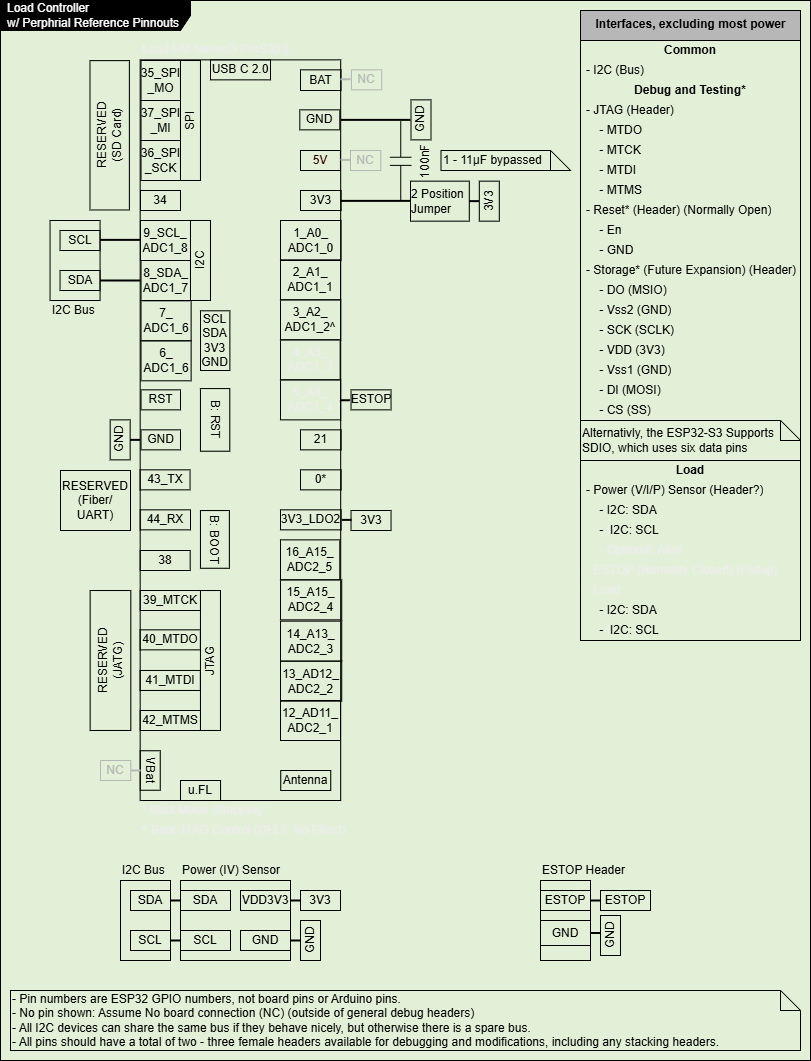
The draw.io diagram Hardware-Pinouts/CtrlPO_Load.png in BobSaidHi/2026-Controls_Core, before a commit. Source tidied: cells renumbered, new cells last; positions are measured from the earlier drawing's top-left corner, leaving out a move shared by most shapes.
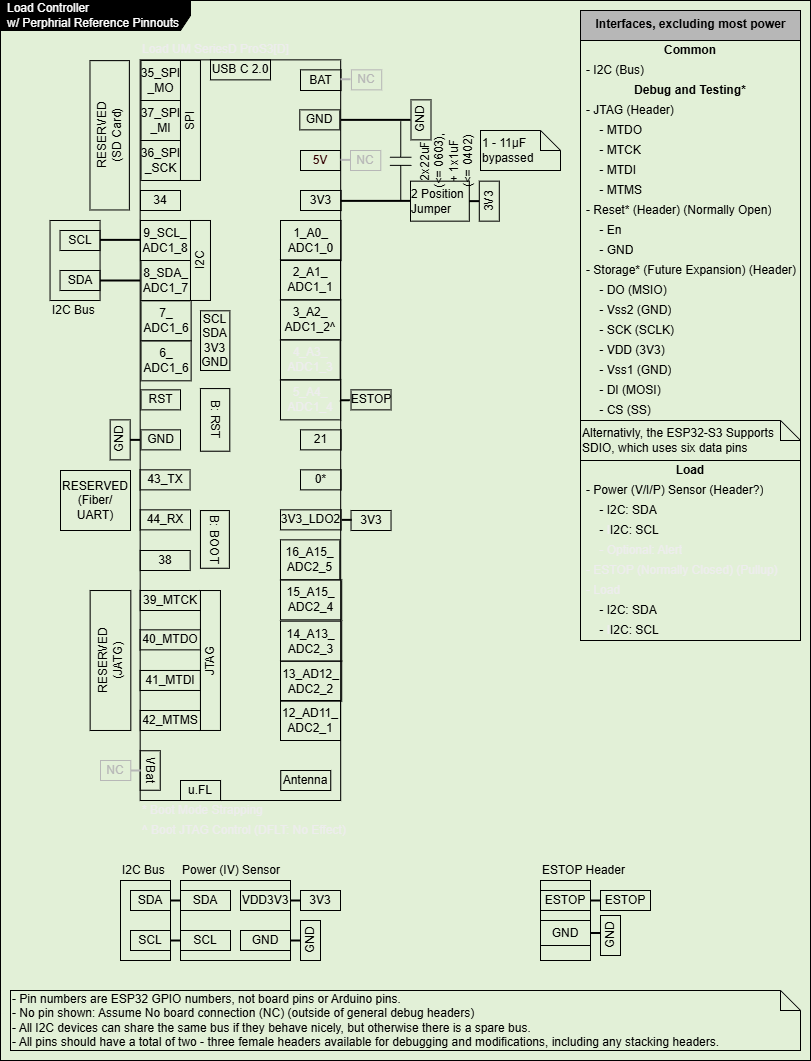
Above is the later version.

Commit message:
Updated spec'd capacitors

The edit, as a diff of the source:
```diff
@@ -413,13 +413,13 @@
     <mxCell id="138" style="line;strokeWidth=2;html=1;strokeColor=#000000;fontColor=#000000;" parent="1" vertex="1">
       <mxGeometry x="339.3" y="394.7" width="10" height="10" as="geometry" />
     </mxCell>
-    <mxCell id="139" value="&lt;font style=&quot;&quot;&gt;&lt;span style=&quot;color: light-dark(rgb(0, 0, 0), rgb(255, 255, 255)); scrollbar-color: rgb(75, 75, 75) rgb(27, 29, 30); text-wrap-mode: nowrap; text-align: center;&quot;&gt;1 - 11μF&amp;nbsp;&lt;/span&gt;&lt;font&gt;&lt;span style=&quot;text-align: center; text-wrap-mode: nowrap; background-color: transparent;&quot;&gt;&lt;font style=&quot;color: light-dark(rgb(0, 0, 0), rgb(255, 255, 255));&quot;&gt;bypassed&lt;/font&gt;&lt;/span&gt;&lt;span style=&quot;color: light-dark(rgb(0, 0, 0), rgb(255, 255, 255)); font-family: monospace; font-size: 0px; text-wrap-mode: nowrap;&quot;&gt;%3CmxGraphModel%3E%3Croot%3E%3CmxCell%20id%3D%220%22%2F%3E%3CmxCell%20id%3D%221%22%20parent%3D%220%22%2F%3E%3CmxCell%20id%3D%222%22%20value%3D%22100nF%22%20style%3D%22pointerEvents%3D1%3BverticalLabelPosition%3Dbottom%3Bshadow%3D0%3Bdashed%3D0%3Balign%3Dcenter%3Bhtml%3D1%3BverticalAlign%3Dtop%3Bshape%3Dmxgraph.electrical.capacitors.capacitor_1%3Brotation%3D-90%3B%22%20vertex%3D%221%22%20parent%3D%221%22%3E%3CmxGeometry%20x%3D%22105.02000000000001%22%20y%3D%22209.18%22%20width%3D%2280.5%22%20height%3D%2221.63%22%20as%3D%22geometry%22%2F%3E%3C%2FmxCell%3E%3C%2Froot%3E%3C%2FmxGraphModel%3E&lt;/span&gt;&lt;/font&gt;&lt;/font&gt;" style="shape=note;size=20;whiteSpace=wrap;html=1;strokeColor=#000000;fontColor=#000000;fillColor=none;align=left;" parent="1" vertex="1">
-      <mxGeometry x="440.5" y="150" width="129.5" height="20" as="geometry" />
+    <mxCell id="139" value="&lt;font style=&quot;&quot;&gt;&lt;span style=&quot;color: light-dark(rgb(0, 0, 0), rgb(255, 255, 255)); scrollbar-color: rgb(75, 75, 75) rgb(27, 29, 30); text-wrap-mode: nowrap; text-align: center;&quot;&gt;1 - 11μF&lt;/span&gt;&lt;/font&gt;&lt;div&gt;&lt;font style=&quot;&quot;&gt;&lt;font&gt;&lt;span style=&quot;text-align: center; text-wrap-mode: nowrap; background-color: transparent;&quot;&gt;&lt;font style=&quot;color: light-dark(rgb(0, 0, 0), rgb(255, 255, 255));&quot;&gt;bypassed&lt;/font&gt;&lt;/span&gt;&lt;span style=&quot;color: light-dark(rgb(0, 0, 0), rgb(255, 255, 255)); font-family: monospace; font-size: 0px; text-wrap-mode: nowrap;&quot;&gt;%3CmxGraphModel%3E%3Croot%3E%3CmxCell%20id%3D%220%22%2F%3E%3CmxCell%20id%3D%221%22%20parent%3D%220%22%2F%3E%3CmxCell%20id%3D%222%22%20value%3D%22100nF%22%20style%3D%22pointerEvents%3D1%3BverticalLabelPosition%3Dbottom%3Bshadow%3D0%3Bdashed%3D0%3Balign%3Dcenter%3Bhtml%3D1%3BverticalAlign%3Dtop%3Bshape%3Dmxgraph.electrical.capacitors.capacitor_1%3Brotation%3D-90%3B%22%20vertex%3D%221%22%20parent%3D%221%22%3E%3CmxGeometry%20x%3D%22105.02000000000001%22%20y%3D%22209.18%22%20width%3D%2280.5%22%20height%3D%2221.63%22%20as%3D%22geometry%22%2F%3E%3C%2FmxCell%3E%3C%2Froot%3E%3C%2FmxGraphModel%3E&lt;/span&gt;&lt;/font&gt;&lt;/font&gt;&lt;/div&gt;" style="shape=note;size=20;whiteSpace=wrap;html=1;strokeColor=#000000;fontColor=#000000;fillColor=none;align=left;" parent="1" vertex="1">
+      <mxGeometry x="480" y="130" width="80" height="40" as="geometry" />
     </mxCell>
     <mxCell id="140" style="line;strokeWidth=2;html=1;strokeColor=#000000;fontColor=#000000;" parent="1" vertex="1">
       <mxGeometry x="340" y="195.3" width="70" height="10" as="geometry" />
     </mxCell>
-    <mxCell id="141" value="100nF" style="verticalLabelPosition=bottom;shadow=0;dashed=0;align=center;html=1;verticalAlign=top;shape=mxgraph.electrical.capacitors.capacitor_1;rotation=-90;" parent="1" vertex="1">
+    <mxCell id="141" value="&lt;font style=&quot;scrollbar-color: rgb(75, 75, 75) rgb(27, 29, 30); color: light-dark(rgb(0, 0, 0), rgb(255, 255, 255));&quot;&gt;2x22uF&lt;/font&gt;&lt;div style=&quot;scrollbar-color: rgb(75, 75, 75) rgb(27, 29, 30);&quot;&gt;&lt;font style=&quot;color: light-dark(rgb(0, 0, 0), rgb(255, 255, 255));&quot;&gt;&lt;font style=&quot;scrollbar-color: rgb(75, 75, 75) rgb(27, 29, 30);&quot;&gt;(&amp;lt;= 0603),&lt;/font&gt;&lt;br style=&quot;scrollbar-color: rgb(75, 75, 75) rgb(27, 29, 30);&quot;&gt;&lt;/font&gt;&lt;/div&gt;&lt;div style=&quot;scrollbar-color: rgb(75, 75, 75) rgb(27, 29, 30);&quot;&gt;&lt;font style=&quot;scrollbar-color: rgb(75, 75, 75) rgb(27, 29, 30); color: light-dark(rgb(0, 0, 0), rgb(255, 255, 255));&quot;&gt;+ 1x1uF&lt;/font&gt;&lt;/div&gt;&lt;div style=&quot;scrollbar-color: rgb(75, 75, 75) rgb(27, 29, 30);&quot;&gt;&lt;font style=&quot;scrollbar-color: rgb(75, 75, 75) rgb(27, 29, 30); color: light-dark(rgb(0, 0, 0), rgb(255, 255, 255));&quot;&gt;(&amp;lt;= 0402)&lt;/font&gt;&lt;/div&gt;" style="verticalLabelPosition=bottom;shadow=0;dashed=0;align=center;html=1;verticalAlign=top;shape=mxgraph.electrical.capacitors.capacitor_1;rotation=-90;" parent="1" vertex="1">
       <mxGeometry x="360" y="150" width="80.5" height="21.6" as="geometry" />
     </mxCell>
     <mxCell id="142" style="group;" parent="1" vertex="1">
```
